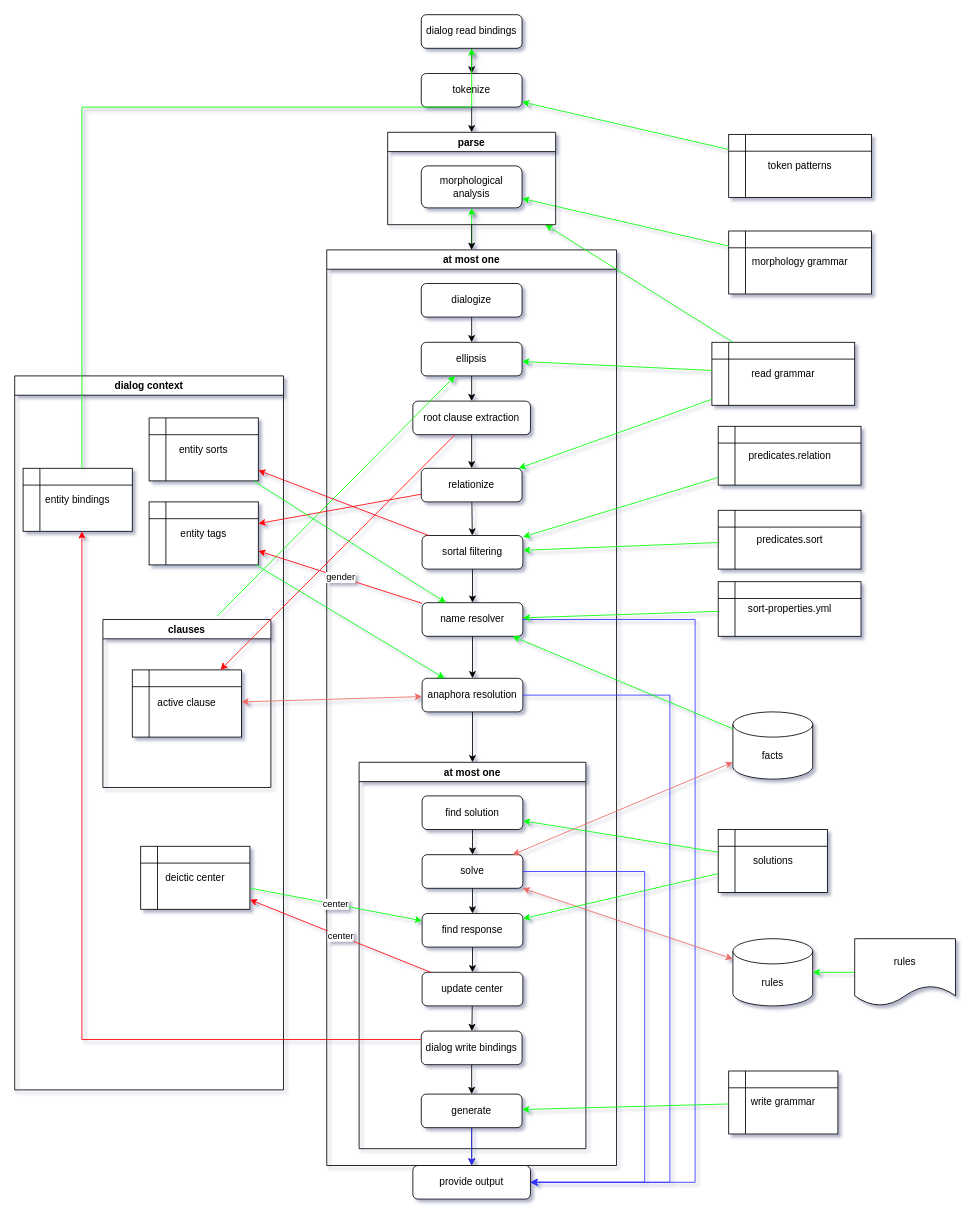
garfix/nli-go keeps this draw.io diagram as doc/diagram/system1.drawio. Above is the earlier version. Source tidied: cells renumbered, new cells numbered last; positions are measured from the earlier drawing's top-left corner, leaving out a move shared by most shapes. Both pictures are drawn from the tidied source at 84%, with x=0, y=0 at pixel (14, 14).
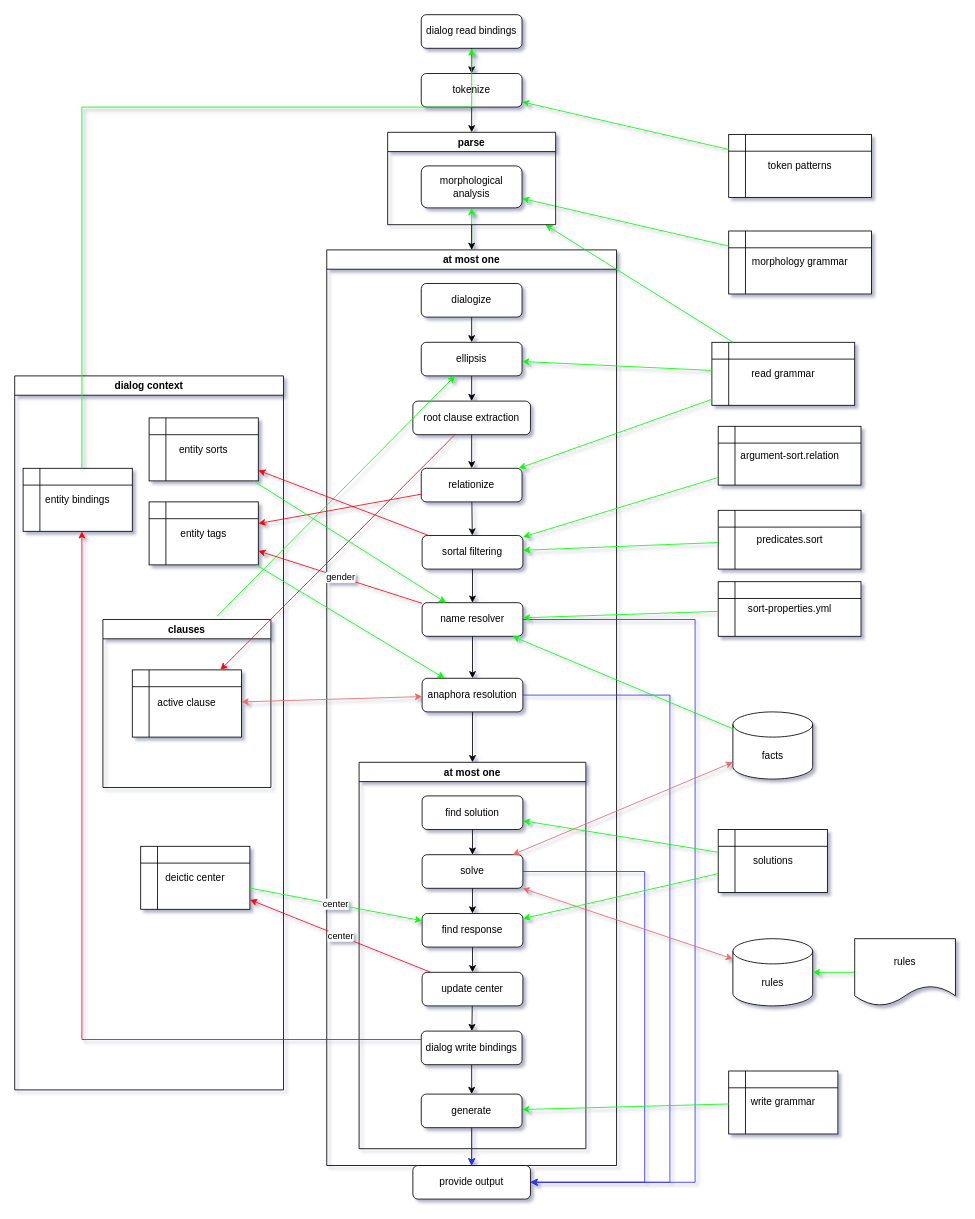
The same page after the edit.

The edit, as a diff of the source:
```diff
@@
-    <mxCell id="86" value="predicates.relation" style="shape=internalStorage;whiteSpace=wrap;html=1;backgroundOutline=1;" parent="1" vertex="1">
+    <mxCell id="86" value="argument-sort.relation" style="shape=internalStorage;whiteSpace=wrap;html=1;backgroundOutline=1;" parent="1" vertex="1">
       <mxGeometry x="837.5" y="490" width="170" height="70" as="geometry" />
     </mxCell>
```
